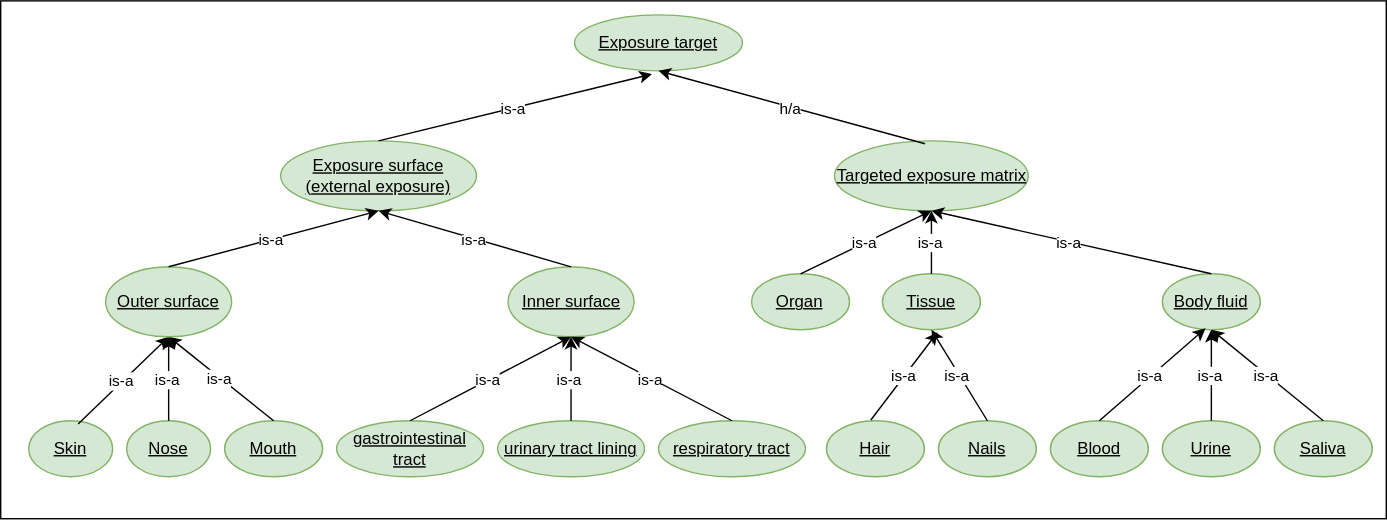
eu-parc/aggregate-exposure-modelling keeps this draw.io diagram as diagrams/sub-group-exposure-surface.drawio.svg. Above is the earlier version. Source tidied: cells renumbered, new cells last; positions are measured from the earlier drawing's top-left corner, leaving out a move shared by most shapes.
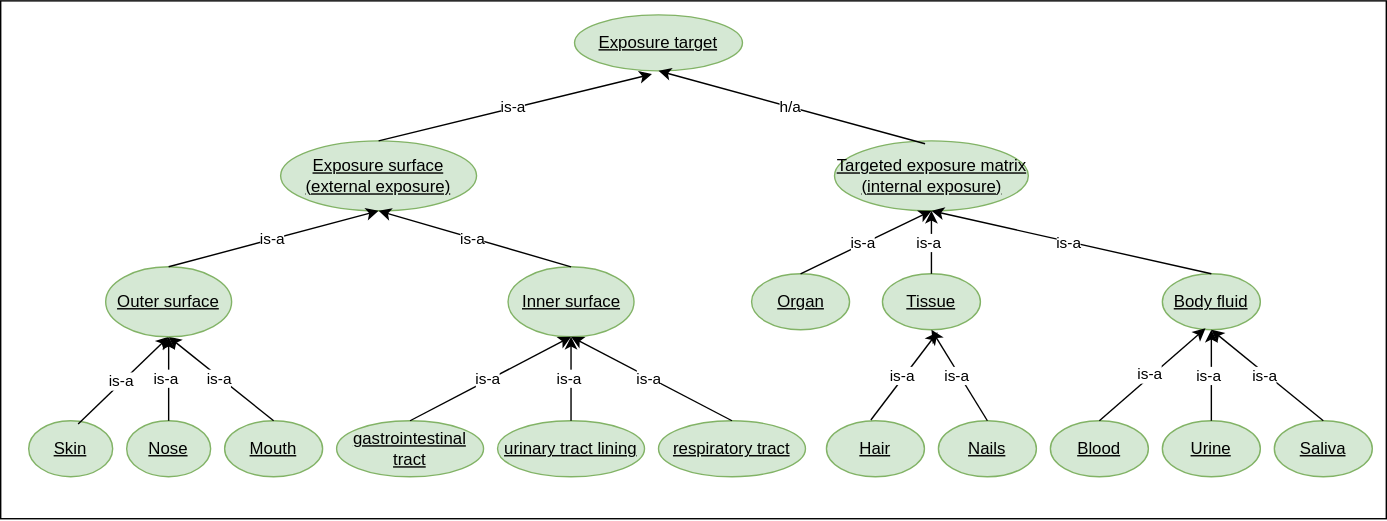
The same diagram one commit later.

The edit, as a diff of the source:
```diff
@@ -5,7 +5,7 @@
     <mxCell id="2" style="rounded=0;whiteSpace=wrap;html=1;" parent="1" vertex="1">
       <mxGeometry width="990" height="370" as="geometry" />
     </mxCell>
-    <mxCell id="3" value="Targeted exposure matrix" style="ellipse;whiteSpace=wrap;html=1;fillColor=#d5e8d4;strokeColor=#82b366;fontStyle=4;fontColor=#000000;" parent="1" vertex="1">
+    <mxCell id="3" value="Targeted exposure matrix (internal exposure)" style="ellipse;whiteSpace=wrap;html=1;fillColor=#d5e8d4;strokeColor=#82b366;fontStyle=4;fontColor=#000000;" parent="1" vertex="1">
       <mxGeometry x="595.8" y="100" width="138.5" height="50" as="geometry" />
     </mxCell>
     <mxCell id="4" value="Exposure surface (external exposure)" style="ellipse;whiteSpace=wrap;html=1;fillColor=#d5e8d4;strokeColor=#82b366;fontStyle=4;fontColor=#000000;" parent="1" vertex="1">
```
